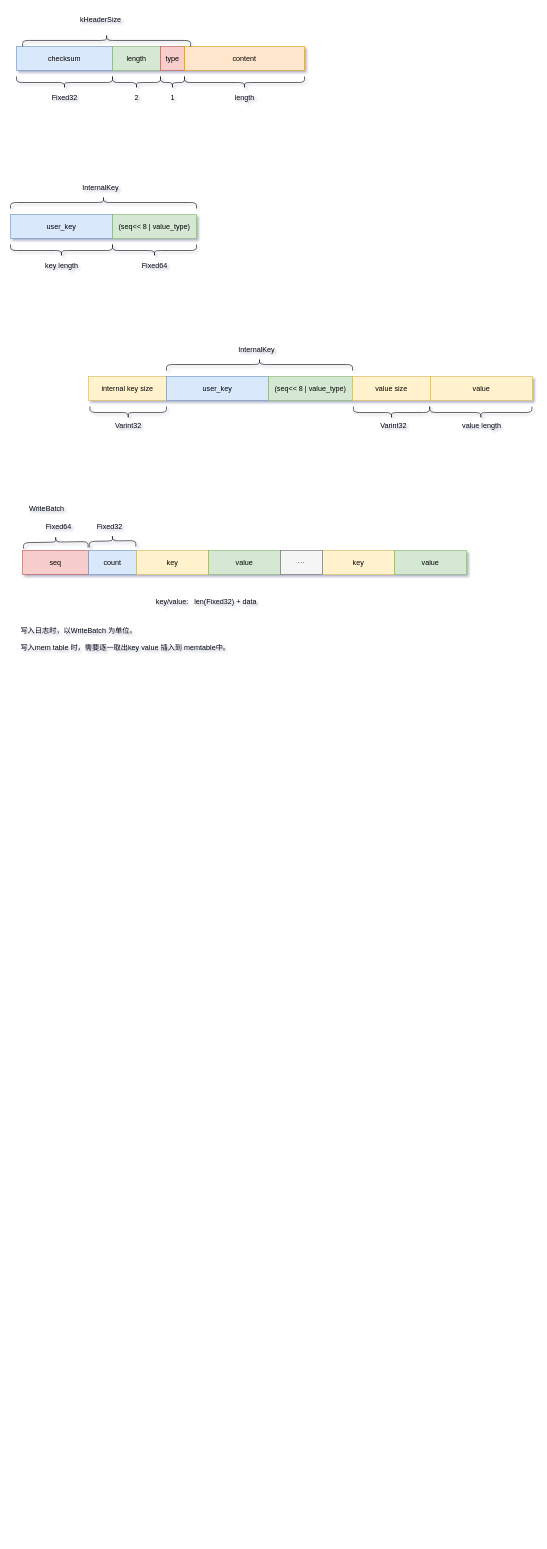
Earlier version of the draw.io diagram page "leveldb -- 日志" (2 of 7) of leveldb.drawio (liutimo/images_bed). Source tidied: cells renumbered, new cells numbered last; positions are measured from the earlier drawing's top-left corner, leaving out a move shared by most shapes. Both pictures are drawn from the tidied source at 60%, with x=0, y=0 at pixel (10, -44).
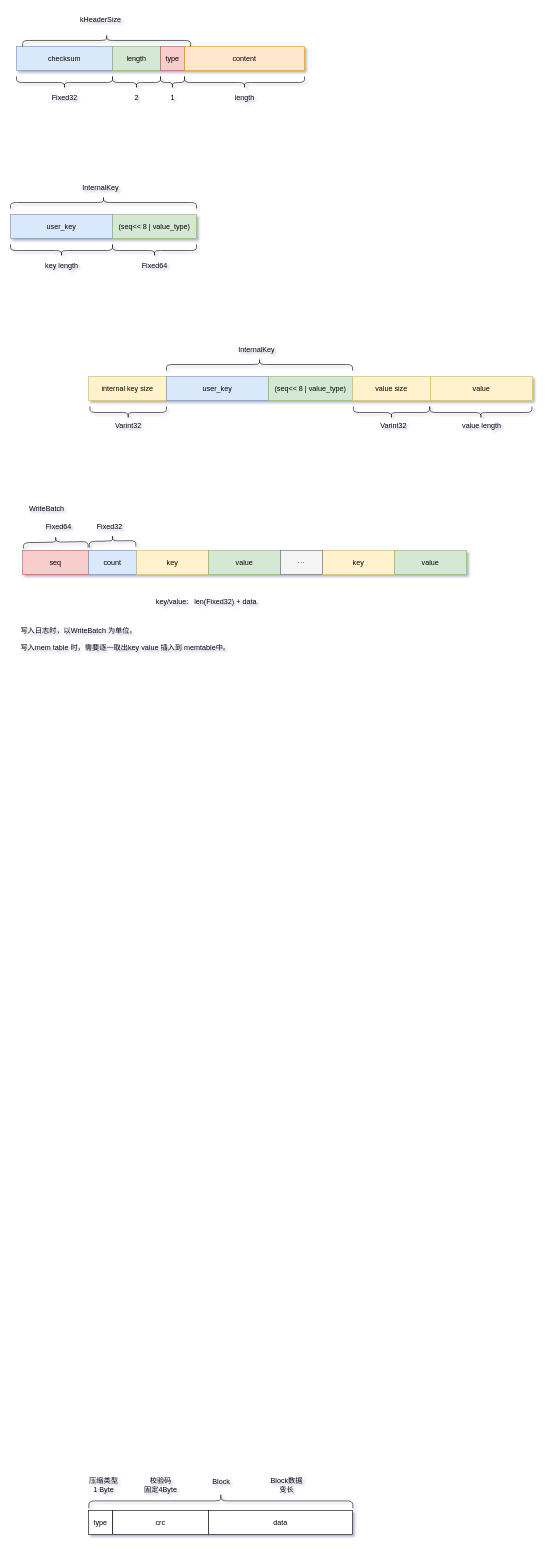
After the change.

Diff of the diagram source:
```diff
@@
+    <mxCell id="51" value="type" style="rounded=0;whiteSpace=wrap;html=1;" parent="1" vertex="1">
+      <mxGeometry x="130" y="2590" width="40" height="40" as="geometry" />
+    </mxCell>
+    <mxCell id="52" value="crc" style="rounded=0;whiteSpace=wrap;html=1;" parent="1" vertex="1">
+      <mxGeometry x="170.4" y="2590" width="159.6" height="40" as="geometry" />
+    </mxCell>
+    <mxCell id="53" value="压缩类型&lt;div&gt;1 Byte&lt;/div&gt;" style="text;html=1;align=center;verticalAlign=middle;strokeColor=none;fillColor=none;" parent="1" vertex="1">
+      <mxGeometry x="120.3" y="2528" width="70" height="40" as="geometry" />
+    </mxCell>
+    <mxCell id="54" value="data" style="rounded=0;whiteSpace=wrap;html=1;" parent="1" vertex="1">
+      <mxGeometry x="330" y="2590" width="240" height="40" as="geometry" />
+    </mxCell>
+    <mxCell id="55" value="校验码&lt;div&gt;固定4Byte&lt;/div&gt;" style="text;html=1;align=center;verticalAlign=middle;strokeColor=none;fillColor=none;" parent="1" vertex="1">
+      <mxGeometry x="210.2" y="2528" width="80" height="40" as="geometry" />
+    </mxCell>
+    <mxCell id="56" value="Block数据&lt;div&gt;变长&lt;/div&gt;" style="text;html=1;align=center;verticalAlign=middle;strokeColor=none;fillColor=none;" parent="1" vertex="1">
+      <mxGeometry x="420" y="2528" width="80" height="40" as="geometry" />
+    </mxCell>
+    <mxCell id="57" style="shape=curlyBracket;whiteSpace=wrap;html=1;rounded=1;labelPosition=left;verticalLabelPosition=middle;align=right;verticalAlign=middle;rotation=90;" parent="1" vertex="1">
+      <mxGeometry x="338" y="2354" width="25" height="440" as="geometry" />
+    </mxCell>
+    <mxCell id="58" value="Block" style="text;html=1;align=center;verticalAlign=middle;strokeColor=none;fillColor=none;" parent="1" vertex="1">
+      <mxGeometry x="325.5" y="2528" width="50" height="30" as="geometry" />
+    </mxCell>
```
